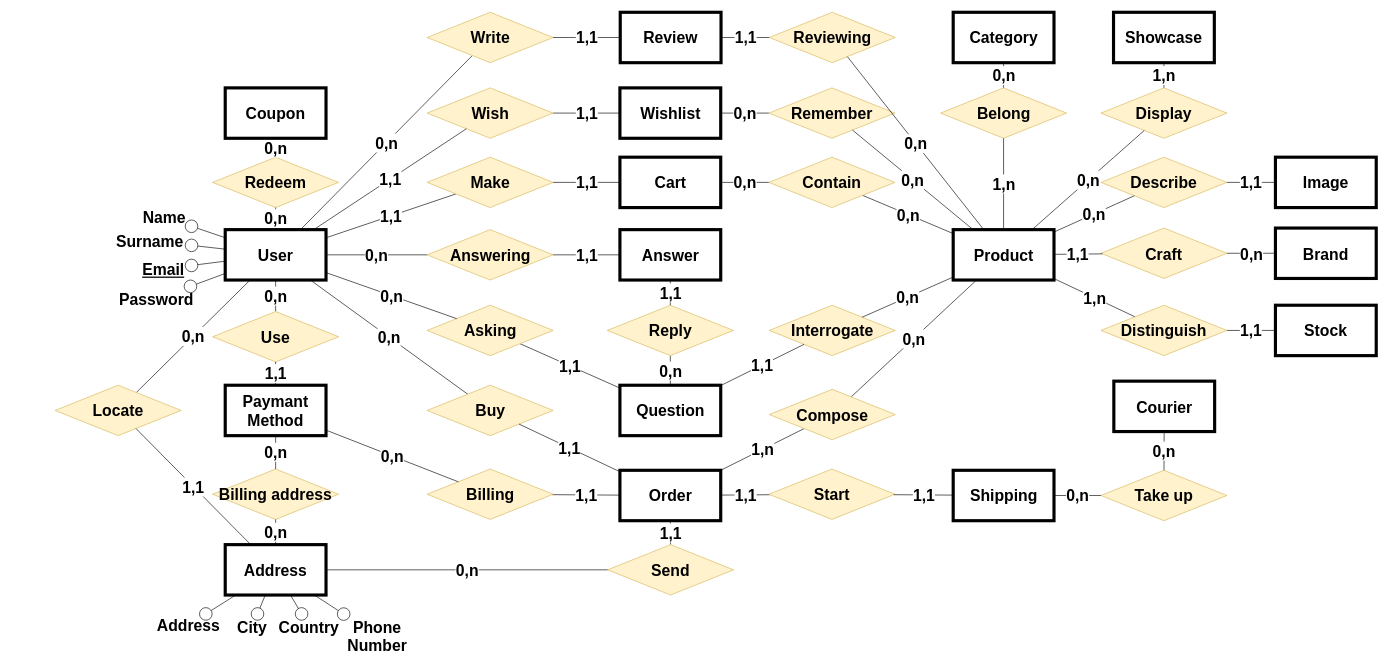
Above: Tecnologie del web.drawio in Coccio98/Tecnologie-del-web (draw.io), before the change. Source tidied: cells renumbered, new cells numbered last; positions are measured from the earlier drawing's top-left corner, leaving out a move shared by most shapes. Both pictures are drawn from the tidied source at 63%, with x=0, y=0 at pixel (55, 12).
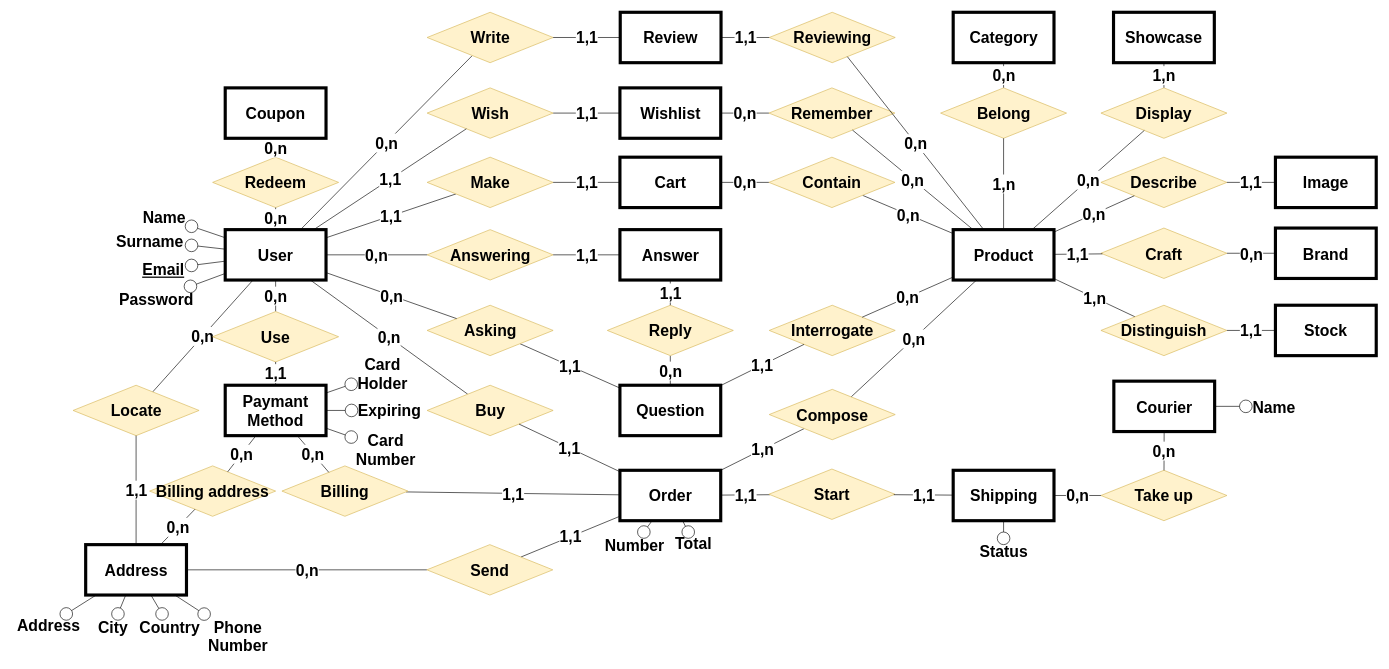
Above is the later version.

Unchanged cells that the change refers to:
```xml
<mxCell id="79" value="Courier" style="rounded=0;whiteSpace=wrap;html=1;fontSize=25;fontStyle=1;strokeWidth=5;" parent="1" vertex="1">
  <mxGeometry x="1680.5" y="585.5" width="160" height="80" as="geometry" />
</mxCell>
<mxCell id="80" value="Shipping" style="rounded=0;whiteSpace=wrap;html=1;fontSize=25;fontStyle=1;strokeWidth=5;" parent="1" vertex="1">
  <mxGeometry x="1425.5" y="727" width="160" height="80" as="geometry" />
</mxCell>
<mxCell id="81" value="Paymant Method" style="rounded=0;whiteSpace=wrap;html=1;fontSize=25;fontStyle=1;strokeWidth=5;" parent="1" vertex="1">
  <mxGeometry x="270" y="592" width="160" height="80" as="geometry" />
</mxCell>
<mxCell id="82" value="Order" style="rounded=0;whiteSpace=wrap;html=1;fontSize=25;fontStyle=1;strokeWidth=5;" parent="1" vertex="1">
  <mxGeometry x="896.5" y="727" width="160" height="80" as="geometry" />
</mxCell>
```

The edit, as a diff of the source:
```diff
@@
     <mxCell id="33" value="Billing" style="rhombus;whiteSpace=wrap;html=1;fontSize=25;fontStyle=1;fillColor=#fff2cc;strokeColor=#d6b656;" parent="1" vertex="1">
-      <mxGeometry x="590.5" y="725" width="200" height="80" as="geometry" />
+      <mxGeometry x="360" y="720" width="200" height="80" as="geometry" />
     </mxCell>
@@
     <mxCell id="35" value="Locate" style="rhombus;whiteSpace=wrap;html=1;fontSize=25;fontStyle=1;fillColor=#fff2cc;strokeColor=#d6b656;" parent="1" vertex="1">
-      <mxGeometry y="592" width="200" height="80" as="geometry" />
+      <mxGeometry x="28.5" y="592" width="200" height="80" as="geometry" />
     </mxCell>
     <mxCell id="36" value="Send" style="rhombus;whiteSpace=wrap;html=1;fontSize=25;fontStyle=1;fillColor=#fff2cc;strokeColor=#d6b656;" parent="1" vertex="1">
-      <mxGeometry x="877" y="845" width="200" height="80" as="geometry" />
+      <mxGeometry x="590" y="845" width="200" height="80" as="geometry" />
     </mxCell>
@@
     <mxCell id="56" value="Billing address" style="rhombus;whiteSpace=wrap;html=1;fontSize=25;fontStyle=1;fillColor=#fff2cc;strokeColor=#d6b656;" parent="1" vertex="1">
-      <mxGeometry x="250" y="725" width="200" height="80" as="geometry" />
+      <mxGeometry x="150" y="720" width="200" height="80" as="geometry" />
     </mxCell>
@@
     <mxCell id="78" value="Address" style="rounded=0;whiteSpace=wrap;html=1;fontSize=25;fontStyle=1;strokeWidth=5;" parent="1" vertex="1">
-      <mxGeometry x="270" y="845" width="160" height="80" as="geometry" />
+      <mxGeometry x="48.5" y="845" width="160" height="80" as="geometry" />
     </mxCell>
@@
     <mxCell id="106" value="Address" style="text;html=1;strokeColor=none;fillColor=none;align=center;verticalAlign=middle;whiteSpace=wrap;rounded=0;fontSize=25;fontColor=#000000;fontStyle=1;" parent="1" vertex="1">
-      <mxGeometry x="151.5" y="955" width="120" height="35" as="geometry" />
+      <mxGeometry x="-70" y="955" width="120" height="35" as="geometry" />
     </mxCell>
@@
     <mxCell id="108" value="City" style="text;html=1;strokeColor=none;fillColor=none;align=center;verticalAlign=middle;whiteSpace=wrap;rounded=0;fontSize=25;fontColor=#000000;fontStyle=1;" parent="1" vertex="1">
-      <mxGeometry x="278" y="955" width="70" height="40" as="geometry" />
+      <mxGeometry x="56.5" y="955" width="70" height="40" as="geometry" />
     </mxCell>
     <mxCell id="109" value="Country" style="text;html=1;strokeColor=none;fillColor=none;align=center;verticalAlign=middle;whiteSpace=wrap;rounded=0;fontSize=25;fontColor=#000000;fontStyle=1;" parent="1" vertex="1">
-      <mxGeometry x="348" y="955" width="110" height="40" as="geometry" />
+      <mxGeometry x="126.5" y="955" width="110" height="40" as="geometry" />
     </mxCell>
     <mxCell id="110" value="Phone Number" style="text;html=1;strokeColor=none;fillColor=none;align=center;verticalAlign=middle;whiteSpace=wrap;rounded=0;fontSize=25;fontColor=#000000;fontStyle=1;" parent="1" vertex="1">
-      <mxGeometry x="458" y="955" width="107" height="70" as="geometry" />
+      <mxGeometry x="236.5" y="955" width="107" height="70" as="geometry" />
     </mxCell>
+    <mxCell id="111" value="Name" style="text;html=1;strokeColor=none;fillColor=none;align=center;verticalAlign=middle;whiteSpace=wrap;rounded=0;fontSize=25;fontStyle=1;" parent="1" vertex="1">
+      <mxGeometry x="1890" y="605.5" width="90" height="40" as="geometry" />
+    </mxCell>
+    <mxCell id="112" style="endArrow=oval;html=1;fontSize=25;startSize=6;startArrow=none;startFill=0;endSize=20;endFill=0;fontStyle=1;" parent="1" edge="1" source="79" target="111">
+      <mxGeometry relative="1" as="geometry" />
+    </mxCell>
+    <mxCell id="113" value="Status" style="text;html=1;strokeColor=none;fillColor=none;align=center;verticalAlign=middle;whiteSpace=wrap;rounded=0;fontSize=25;fontStyle=1;" parent="1" vertex="1">
+      <mxGeometry x="1455.5" y="835" width="100" height="40" as="geometry" />
+    </mxCell>
+    <mxCell id="114" style="endArrow=none;html=1;fontSize=15;startArrow=oval;startFill=0;strokeWidth=1;startSize=20;entryX=0.5;entryY=1;entryDx=0;entryDy=0;" parent="1" edge="1" source="113" target="80">
+      <mxGeometry relative="1" as="geometry" />
+    </mxCell>
+    <mxCell id="115" value="Card Number" style="text;html=1;strokeColor=none;fillColor=none;align=center;verticalAlign=middle;whiteSpace=wrap;rounded=0;fontSize=25;fontStyle=1;" parent="1" vertex="1">
+      <mxGeometry x="470" y="655" width="110" height="77.2" as="geometry" />
+    </mxCell>
+    <mxCell id="116" style="endArrow=oval;html=1;fontSize=25;startSize=6;startArrow=none;startFill=0;endSize=20;endFill=0;fontStyle=1;" parent="1" edge="1" source="81" target="115">
+      <mxGeometry relative="1" as="geometry" />
+    </mxCell>
+    <mxCell id="117" value="Expiring" style="text;html=1;strokeColor=none;fillColor=none;align=center;verticalAlign=middle;whiteSpace=wrap;rounded=0;fontSize=25;fontStyle=1;" parent="1" vertex="1">
+      <mxGeometry x="470.5" y="610.6" width="120" height="42.8" as="geometry" />
+    </mxCell>
+    <mxCell id="118" style="endArrow=oval;html=1;fontSize=25;startSize=6;startArrow=none;startFill=0;endSize=20;endFill=0;fontStyle=1;" parent="1" edge="1" source="81" target="117">
+      <mxGeometry relative="1" as="geometry" />
+    </mxCell>
+    <mxCell id="119" value="Card Holder" style="text;html=1;strokeColor=none;fillColor=none;align=center;verticalAlign=middle;whiteSpace=wrap;rounded=0;fontSize=25;fontStyle=1;" parent="1" vertex="1">
+      <mxGeometry x="470" y="535.6" width="100" height="75" as="geometry" />
+    </mxCell>
+    <mxCell id="120" style="endArrow=oval;html=1;fontSize=25;startSize=6;startArrow=none;startFill=0;endSize=20;endFill=0;fontStyle=1;" parent="1" edge="1" source="81" target="119">
+      <mxGeometry relative="1" as="geometry" />
+    </mxCell>
+    <mxCell id="121" value="Number" style="text;html=1;strokeColor=none;fillColor=none;align=center;verticalAlign=middle;whiteSpace=wrap;rounded=0;fontSize=25;fontStyle=1;" parent="1" vertex="1">
+      <mxGeometry x="860" y="825" width="120" height="40" as="geometry" />
+    </mxCell>
+    <mxCell id="122" value="Total" style="text;html=1;strokeColor=none;fillColor=none;align=center;verticalAlign=middle;whiteSpace=wrap;rounded=0;fontSize=25;fontStyle=1;" parent="1" vertex="1">
+      <mxGeometry x="980" y="825" width="67" height="35" as="geometry" />
+    </mxCell>
+    <mxCell id="123" style="endArrow=none;html=1;fontSize=25;startArrow=oval;startFill=0;startSize=20;fontStyle=1;" parent="1" edge="1" source="121" target="82">
+      <mxGeometry relative="1" as="geometry" />
+    </mxCell>
+    <mxCell id="124" style="endArrow=none;html=1;fontSize=25;startArrow=oval;startFill=0;startSize=20;fontStyle=1;" parent="1" edge="1" source="122" target="82">
+      <mxGeometry relative="1" as="geometry" />
+    </mxCell>
```
